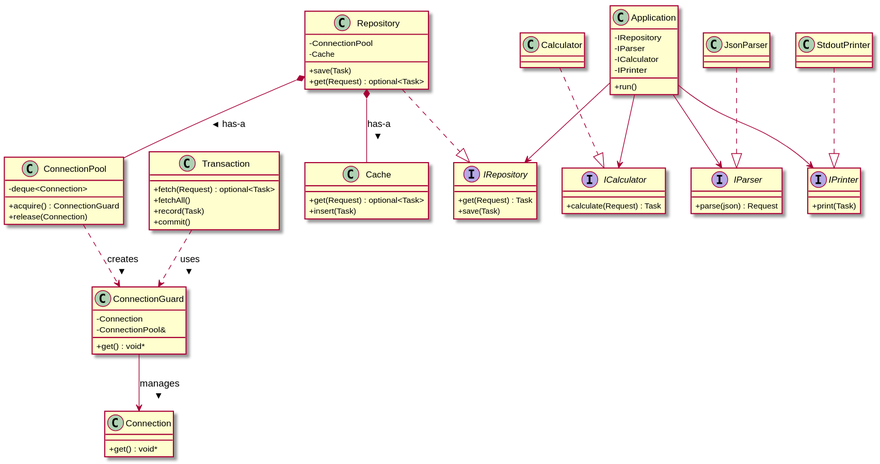
This is docs/class.svg from litcxx/calculator, a PlantUML export, as it was before one commit. The source it was exported from:
```plantuml
@startuml
skinparam classAttributeIconSize 0

class Application {
  - IRepository
  - IParser
  - ICalculator
  - IPrinter

  + run()
}


interface IRepository {
  + get(Request) : Task
  + save(Task)
}

interface IParser {
  + parse(json) : Request
}

interface ICalculator {
  + calculate(Request) : Task
}

interface IPrinter {
  + print(Task)
}


class JsonParser {}
class Calculator {}
class StdoutPrinter {}

class Repository {
  - ConnectionPool
  - Cache
  + save(Task)
  + get(Request) : optional<Task>
}


class ConnectionGuard {
  - Connection
  - ConnectionPool&
  + get() : void*
}

class Connection {
  + get() : void*
}

class Transaction {
  + fetch(Request) : optional<Task>
  + fetchAll()
  + record(Task)
  + commit()
}


class ConnectionPool {
  - deque<Connection>
  + acquire() : ConnectionGuard
  + release(Connection)
}

class Cache {
+ get(Request) : optional<Task>
+ insert(Task)
}


Repository      ..|> IRepository
JsonParser      ..|> IParser
Calculator      ..|> ICalculator
StdoutPrinter   ..|> IPrinter

Application --> IRepository
Application --> IParser
Application --> ICalculator
Application --> IPrinter

Repository *-- ConnectionPool : has-a >
Repository *-- Cache  : has-a >
ConnectionPool ..> ConnectionGuard : creates >
ConnectionGuard --> Connection : manages >
Transaction ..> ConnectionGuard : uses >

@enduml
```
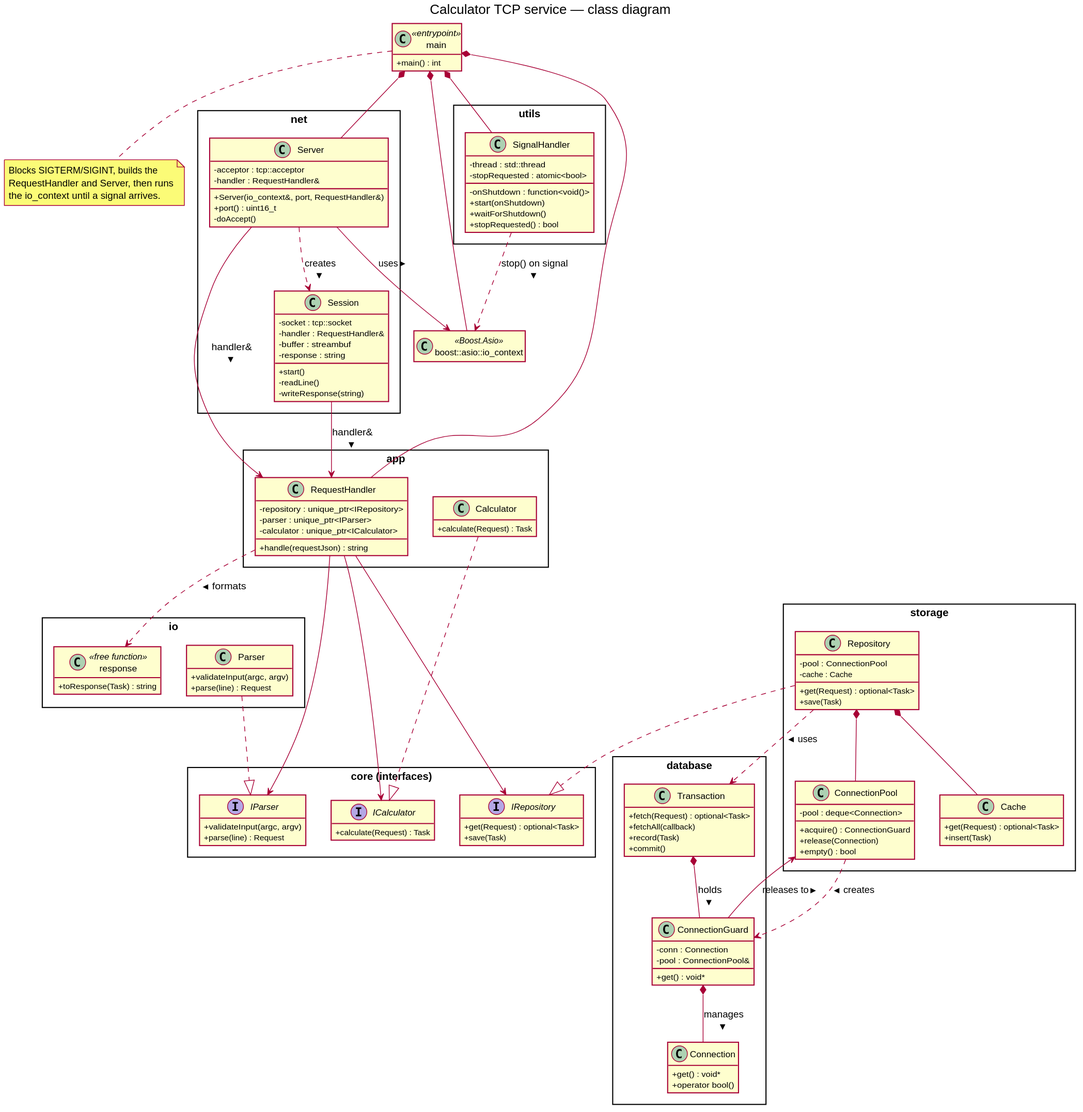
Above is the later version.

Commit message:
docs: update class and sequence diagrams for the TCP service

Change to the diagram source:
```diff
@@ -1,90 +1,150 @@
 @startuml
+title Calculator TCP service — class diagram
 skinparam classAttributeIconSize 0
+skinparam packageStyle rectangle
+skinparam shadowing false
+hide empty members
 
-class Application {
-  - IRepository
-  - IParser
-  - ICalculator
-  - IPrinter
+class main <<entrypoint>> {
+  + main() : int
+}
+note bottom of main
+  Blocks SIGTERM/SIGINT, builds the
+  RequestHandler and Server, then runs
+  the io_context until a signal arrives.
+end note
 
-  + run()
+class "boost::asio::io_context" as IoContext <<Boost.Asio>>
+
+package utils {
+  class SignalHandler {
+    - onShutdown : function<void()>
+    - thread : std::thread
+    - stopRequested : atomic<bool>
+    + start(onShutdown)
+    + waitForShutdown()
+    + stopRequested() : bool
+  }
 }
 
-
-interface IRepository {
-  + get(Request) : Task
-  + save(Task)
+package net {
+  class Server {
+    - acceptor : tcp::acceptor
+    - handler : RequestHandler&
+    + Server(io_context&, port, RequestHandler&)
+    + port() : uint16_t
+    - doAccept()
+  }
+  class Session {
+    - socket : tcp::socket
+    - handler : RequestHandler&
+    - buffer : streambuf
+    - response : string
+    + start()
+    - readLine()
+    - writeResponse(string)
+  }
 }
 
-interface IParser {
-  + parse(json) : Request
+package app {
+  class RequestHandler {
+    - repository : unique_ptr<IRepository>
+    - parser : unique_ptr<IParser>
+    - calculator : unique_ptr<ICalculator>
+    + handle(requestJson) : string
+  }
+  class Calculator {
+    + calculate(Request) : Task
+  }
 }
 
-interface ICalculator {
-  + calculate(Request) : Task
+package io {
+  class Parser {
+    + validateInput(argc, argv)
+    + parse(line) : Request
+  }
+  class "response" as Response <<free function>> {
+    + toResponse(Task) : string
+  }
 }
 
-interface IPrinter {
-  + print(Task)
+package "core (interfaces)" {
+  interface IRepository {
+    + get(Request) : optional<Task>
+    + save(Task)
+  }
+  interface IParser {
+    + validateInput(argc, argv)
+    + parse(line) : Request
+  }
+  interface ICalculator {
+    + calculate(Request) : Task
+  }
 }
 
-
-class JsonParser {}
-class Calculator {}
-class StdoutPrinter {}
-
-class Repository {
-  - ConnectionPool
-  - Cache
-  + save(Task)
-  + get(Request) : optional<Task>
+package storage {
+  class Repository {
+    - pool : ConnectionPool
+    - cache : Cache
+    + get(Request) : optional<Task>
+    + save(Task)
+  }
+  class ConnectionPool {
+    - pool : deque<Connection>
+    + acquire() : ConnectionGuard
+    + release(Connection)
+    + empty() : bool
+  }
+  class Cache {
+    + get(Request) : optional<Task>
+    + insert(Task)
+  }
 }
 
-
-class ConnectionGuard {
-  - Connection
-  - ConnectionPool&
-  + get() : void*
+package database {
+  class Connection {
+    + get() : void*
+    + operator bool()
+  }
+  class ConnectionGuard {
+    - conn : Connection
+    - pool : ConnectionPool&
+    + get() : void*
+  }
+  class Transaction {
+    + fetch(Request) : optional<Task>
+    + fetchAll(callback)
+    + record(Task)
+    + commit()
+  }
 }
 
-class Connection {
-  + get() : void*
-}
+main *-- SignalHandler
+main *-- IoContext
+main *-- RequestHandler
+main *-- Server
 
-class Transaction {
-  + fetch(Request) : optional<Task>
-  + fetchAll()
-  + record(Task)
-  + commit()
-}
+SignalHandler ..> IoContext : stop() on signal >
+Server --> IoContext : uses >
+Server ..> Session : creates >
+Server --> RequestHandler : handler& >
+Session --> RequestHandler : handler& >
 
+RequestHandler --> IRepository
+RequestHandler --> IParser
+RequestHandler --> ICalculator
+RequestHandler ..> Response : formats >
 
-class ConnectionPool {
-  - deque<Connection>
-  + acquire() : ConnectionGuard
-  + release(Connection)
-}
+Repository ..|> IRepository
+Parser ..|> IParser
+Calculator ..|> ICalculator
 
-class Cache {
-+ get(Request) : optional<Task>
-+ insert(Task)
-}
-
-
-Repository      ..|> IRepository
-JsonParser      ..|> IParser
-Calculator      ..|> ICalculator
-StdoutPrinter   ..|> IPrinter
-
-Application --> IRepository
-Application --> IParser
-Application --> ICalculator
-Application --> IPrinter
-
-Repository *-- ConnectionPool : has-a >
-Repository *-- Cache  : has-a >
+Repository *-- ConnectionPool
+Repository *-- Cache
+Repository ..> Transaction : uses >
 ConnectionPool ..> ConnectionGuard : creates >
-ConnectionGuard --> Connection : manages >
-Transaction ..> ConnectionGuard : uses >
+ConnectionGuard *-- Connection : manages >
+ConnectionGuard --> ConnectionPool : releases to >
+Transaction *-- ConnectionGuard : holds >
 
 @enduml
```
